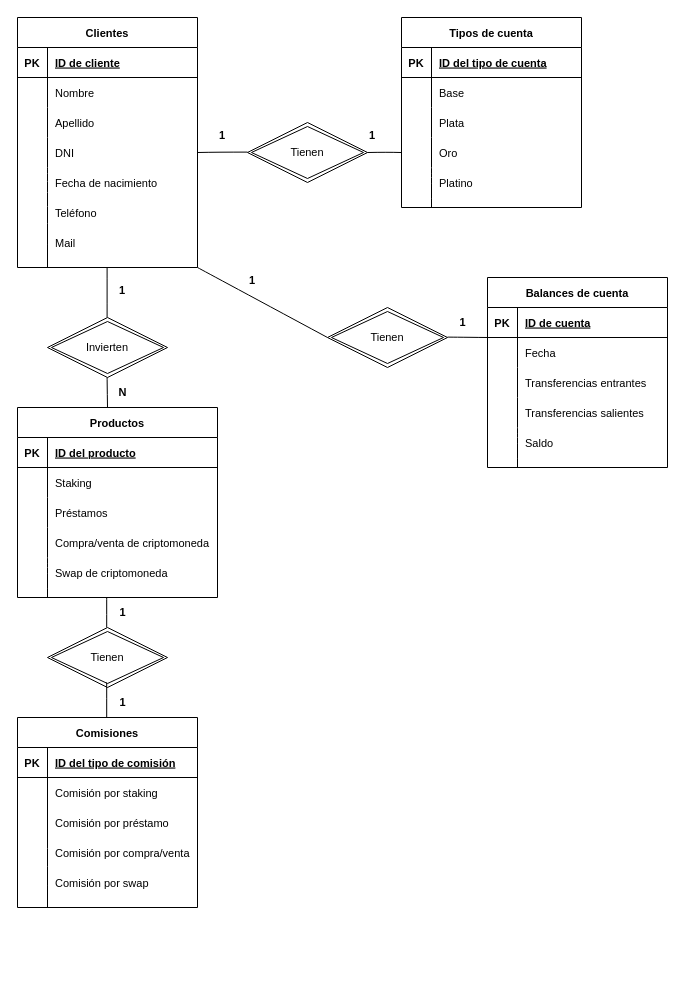
Above: Hendel Sarmientoperez DER(2).drawio in chendel00/Curso-SQL-Coder (draw.io), before the change. Source tidied: cells renumbered, new cells numbered last; positions are measured from the earlier drawing's top-left corner, leaving out a move shared by most shapes. Both pictures are drawn from the tidied source at 100%, with x=0, y=0 at pixel (17, 17).
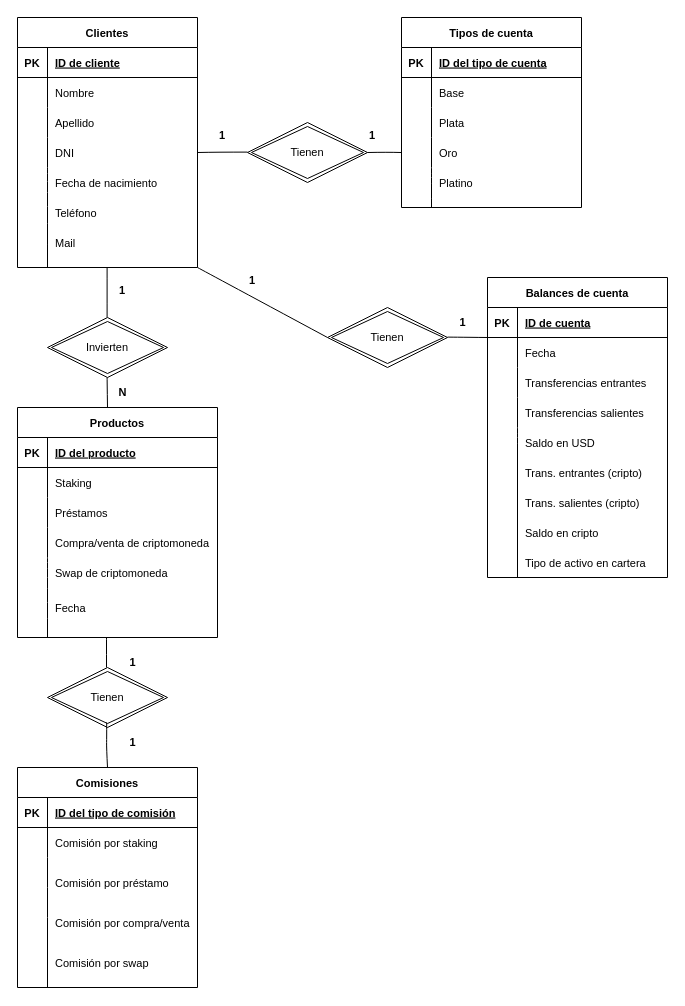
The same diagram, later.

Diff of the diagram source:
```diff
@@
     <mxCell id="41" value="Productos" style="shape=table;startSize=30;childLayout=tableLayout;rowLines=0;fontStyle=1;align=center;fontSize=11;" parent="1" vertex="1">
-      <mxGeometry y="390" width="200" height="190" as="geometry" />
+      <mxGeometry y="390" width="200" height="230" as="geometry" />
     </mxCell>
@@
     <mxCell id="54" style="endArrow=none;html=1;rounded=0;fontSize=11;startSize=14;endSize=14;curved=1;" parent="1" edge="1">
       <mxGeometry relative="1" as="geometry">
         <mxPoint x="30" y="540" as="sourcePoint" />
-        <mxPoint x="30" y="580" as="targetPoint" />
+        <mxPoint x="30" y="620" as="targetPoint" />
       </mxGeometry>
     </mxCell>
@@
     <mxCell id="60" value="Tienen" style="shape=rhombus;double=1;perimeter=rhombusPerimeter;whiteSpace=wrap;html=1;align=center;fontSize=11;" parent="1" vertex="1">
-      <mxGeometry x="30" y="610" width="120" height="60" as="geometry" />
+      <mxGeometry x="30" y="650" width="120" height="60" as="geometry" />
     </mxCell>
     <mxCell id="61" style="endArrow=none;html=1;rounded=0;fontSize=11;startSize=14;endSize=14;curved=1;" parent="1" edge="1">
       <mxGeometry relative="1" as="geometry">
-        <mxPoint x="89.2" y="580" as="sourcePoint" />
-        <mxPoint x="89.2" y="610" as="targetPoint" />
+        <mxPoint x="89" y="620" as="sourcePoint" />
+        <mxPoint x="89" y="650" as="targetPoint" />
       </mxGeometry>
     </mxCell>
     <mxCell id="62" value="Comisiones" style="shape=table;startSize=30;childLayout=tableLayout;rowLines=0;fontStyle=1;align=center;fontSize=11;" parent="1" vertex="1">
-      <mxGeometry y="700" width="180" height="190" as="geometry" />
+      <mxGeometry y="750" width="180" height="220" as="geometry" />
     </mxCell>
@@
+    <mxCell id="99" style="shape=tableRow;horizontal=0;startSize=0;swimlaneHead=0;swimlaneBody=0;fillColor=none;top=0;left=0;right=0;bottom=0;fontSize=11;" parent="62" vertex="1">
+      <mxGeometry y="90" width="180" height="30" as="geometry" />
+    </mxCell>
+    <mxCell id="100" style="shape=partialRectangle;fillColor=none;top=0;left=0;bottom=0;right=0;overflow=hidden;fontSize=11;" parent="99" vertex="1">
+      <mxGeometry width="30" height="30" as="geometry" />
+    </mxCell>
+    <mxCell id="101" style="shape=partialRectangle;fillColor=none;top=0;left=0;bottom=0;right=0;align=left;spacingLeft=6;overflow=hidden;fontSize=11;" parent="99" vertex="1">
+      <mxGeometry x="30" width="150" height="30" as="geometry" />
+    </mxCell>
     <mxCell id="69" style="shape=tableRow;horizontal=0;startSize=0;swimlaneHead=0;swimlaneBody=0;fillColor=none;top=0;left=0;right=0;bottom=0;fontSize=11;" parent="62" vertex="1">
-      <mxGeometry y="90" width="180" height="30" as="geometry" />
+      <mxGeometry y="120" width="180" height="30" as="geometry" />
     </mxCell>
@@
-    <mxCell id="72" style="endArrow=none;html=1;rounded=0;fontSize=11;startSize=14;endSize=14;curved=1;" parent="1" edge="1">
+    <mxCell id="72" style="endArrow=none;html=1;rounded=0;fontSize=11;startSize=14;endSize=14;curved=1;entryX=0.5;entryY=0;entryDx=0;entryDy=0;" parent="1" edge="1" target="62">
       <mxGeometry relative="1" as="geometry">
-        <mxPoint x="89.2" y="665" as="sourcePoint" />
-        <mxPoint x="89.2" y="700" as="targetPoint" />
+        <mxPoint x="89.2" y="705" as="sourcePoint" />
         <Array as="points">
-          <mxPoint x="89.2" y="680" />
+          <mxPoint x="89.2" y="720" />
+          <mxPoint x="89" y="730" />
         </Array>
       </mxGeometry>
     </mxCell>
     <mxCell id="73" value="&lt;b&gt;1&lt;/b&gt;" style="text;html=1;align=center;verticalAlign=middle;strokeColor=none;fillColor=none;fontSize=11;" parent="1" vertex="1">
-      <mxGeometry x="90" y="580" width="30" height="30" as="geometry" />
+      <mxGeometry x="100" y="630" width="30" height="30" as="geometry" />
     </mxCell>
-    <mxCell id="74" style="endArrow=none;html=1;rounded=0;fontSize=11;startSize=14;endSize=14;curved=1;" parent="1" edge="1">
-      <mxGeometry relative="1" as="geometry">
-        <mxPoint x="30" y="770" as="sourcePoint" />
-        <mxPoint x="30" y="890" as="targetPoint" />
-        <Array as="points">
-          <mxPoint x="30" y="800" />
-        </Array>
-      </mxGeometry>
-    </mxCell>
     <mxCell id="75" value="&lt;b&gt;1&lt;/b&gt;" style="text;html=1;align=center;verticalAlign=middle;strokeColor=none;fillColor=none;fontSize=11;" parent="1" vertex="1">
-      <mxGeometry x="90" y="670" width="30" height="30" as="geometry" />
+      <mxGeometry x="100" y="710" width="30" height="30" as="geometry" />
     </mxCell>
@@
     <mxCell id="79" value="Balances de cuenta" style="shape=table;startSize=30;childLayout=tableLayout;rowLines=0;fontStyle=1;align=center;fontSize=11;" parent="1" vertex="1">
-      <mxGeometry x="470" y="260" width="180" height="190" as="geometry" />
+      <mxGeometry x="470" y="260" width="180" height="300" as="geometry" />
     </mxCell>
@@
-    <mxCell id="94" value="Saldo" style="shape=partialRectangle;fillColor=none;top=0;left=0;bottom=0;right=0;align=left;spacingLeft=6;overflow=hidden;fontSize=11;" parent="1" vertex="1">
+    <mxCell id="94" value="Saldo en USD" style="shape=partialRectangle;fillColor=none;top=0;left=0;bottom=0;right=0;align=left;spacingLeft=6;overflow=hidden;fontSize=11;" parent="1" vertex="1">
       <mxGeometry x="500" y="410" width="150" height="30" as="geometry" />
     </mxCell>
     <mxCell id="95" value="Comisión por préstamo" style="shape=partialRectangle;fillColor=none;top=0;left=0;bottom=0;right=0;align=left;spacingLeft=6;overflow=hidden;fontSize=11;" parent="1" vertex="1">
-      <mxGeometry x="30" y="790" width="150" height="30" as="geometry" />
+      <mxGeometry x="30" y="850" width="150" height="30" as="geometry" />
     </mxCell>
     <mxCell id="96" value="Comisión por compra/venta" style="shape=partialRectangle;fillColor=none;top=0;left=0;bottom=0;right=0;align=left;spacingLeft=6;overflow=hidden;fontSize=11;" parent="1" vertex="1">
-      <mxGeometry x="30" y="820" width="150" height="30" as="geometry" />
+      <mxGeometry x="30" y="890" width="150" height="30" as="geometry" />
     </mxCell>
     <mxCell id="97" value="Comisión por swap" style="shape=partialRectangle;fillColor=none;top=0;left=0;bottom=0;right=0;align=left;spacingLeft=6;overflow=hidden;fontSize=11;" parent="1" vertex="1">
-      <mxGeometry x="30" y="850" width="150" height="30" as="geometry" />
+      <mxGeometry x="30" y="930" width="150" height="30" as="geometry" />
     </mxCell>
@@
+    <mxCell id="102" value="Trans. entrantes (cripto)" style="shape=partialRectangle;fillColor=none;top=0;left=0;bottom=0;right=0;align=left;spacingLeft=6;overflow=hidden;fontSize=11;" parent="1" vertex="1">
+      <mxGeometry x="500" y="440" width="150" height="30" as="geometry" />
+    </mxCell>
+    <mxCell id="103" value="Trans. salientes (cripto)" style="shape=partialRectangle;fillColor=none;top=0;left=0;bottom=0;right=0;align=left;spacingLeft=6;overflow=hidden;fontSize=11;" parent="1" vertex="1">
+      <mxGeometry x="500" y="470" width="150" height="30" as="geometry" />
+    </mxCell>
+    <mxCell id="104" value="Saldo en cripto" style="shape=partialRectangle;fillColor=none;top=0;left=0;bottom=0;right=0;align=left;spacingLeft=6;overflow=hidden;fontSize=11;" parent="1" vertex="1">
+      <mxGeometry x="500" y="500" width="150" height="30" as="geometry" />
+    </mxCell>
+    <mxCell id="105" value="Tipo de activo en cartera" style="shape=partialRectangle;fillColor=none;top=0;left=0;bottom=0;right=0;align=left;spacingLeft=6;overflow=hidden;fontSize=11;" parent="1" vertex="1">
+      <mxGeometry x="500" y="530" width="150" height="30" as="geometry" />
+    </mxCell>
+    <mxCell id="106" style="endArrow=none;html=1;rounded=0;" parent="1" edge="1">
+      <mxGeometry relative="1" as="geometry">
+        <mxPoint x="500" y="560" as="sourcePoint" />
+        <mxPoint x="500" y="440" as="targetPoint" />
+      </mxGeometry>
+    </mxCell>
+    <mxCell id="107" value="Fecha" style="shape=partialRectangle;fillColor=none;top=0;left=0;bottom=0;right=0;align=left;spacingLeft=6;overflow=hidden;fontSize=11;" parent="1" vertex="1">
+      <mxGeometry x="30" y="575" width="150" height="30" as="geometry" />
+    </mxCell>
+    <mxCell id="108" style="endArrow=none;html=1;rounded=0;" parent="1" edge="1">
+      <mxGeometry relative="1" as="geometry">
+        <mxPoint x="30" y="970" as="sourcePoint" />
+        <mxPoint x="30" y="900" as="targetPoint" />
+      </mxGeometry>
+    </mxCell>
```
